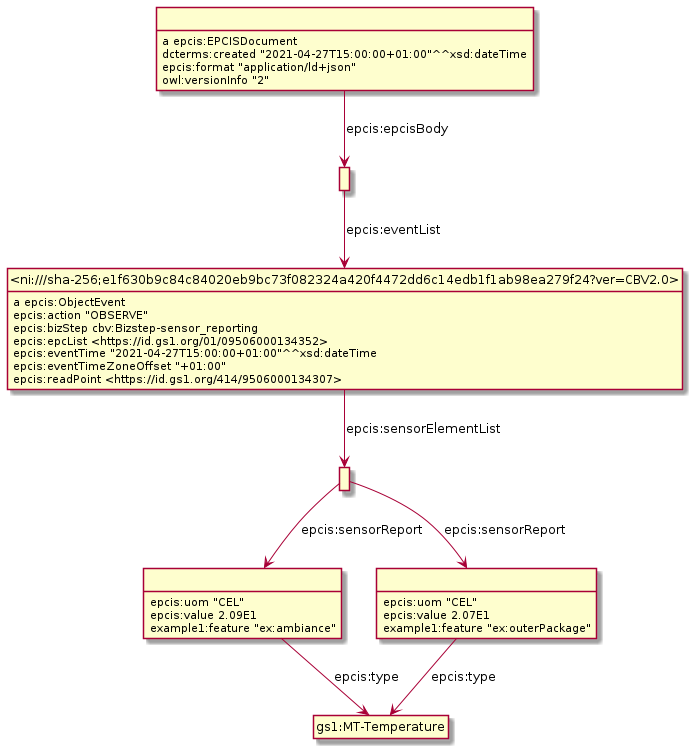
This is Diagrams/WithSensorData/SensorDataExample13.png from gs1/EPCIS, a PlantUML export, as it was before one commit. The source it was exported from:
```plantuml
@startuml
hide empty methods
hide empty attributes
hide circle
skinparam classAttributeIconSize 0
class _r1623307961r2_ as " "
class gs1_MT_Temperature as "gs1:MT-Temperature"
_r1623307961r2_ -down-> gs1_MT_Temperature : epcis:type
_r1623307961r2_ : epcis:uom "CEL"
_r1623307961r2_ : epcis:value 2.09E1
_r1623307961r2_ : example1:feature "ex:ambiance"
class _r1623307961r4_ as " "
class _ni_sha_256_e1f630b9c84c84020eb9bc73f082324a420f4472dd6c14edb1f1ab98ea279f24_ver_CBV2_0_ as "<ni:///sha-256;e1f630b9c84c84020eb9bc73f082324a420f4472dd6c14edb1f1ab98ea279f24?ver=CBV2.0>"
_r1623307961r4_ -down-> _ni_sha_256_e1f630b9c84c84020eb9bc73f082324a420f4472dd6c14edb1f1ab98ea279f24_ver_CBV2_0_ : epcis:eventList
class _r1623307961r3_ as " "
_r1623307961r3_ : a epcis:EPCISDocument
_r1623307961r3_ -down-> _r1623307961r4_ : epcis:epcisBody
_r1623307961r3_ : dcterms:created "2021-04-27T15:00:00+01:00"^^xsd:dateTime
_r1623307961r3_ : epcis:format "application/ld+json"
_r1623307961r3_ : owl:versionInfo "2"
class _r1623307961r1_ as " "
_r1623307961r1_ -down-> gs1_MT_Temperature : epcis:type
_r1623307961r1_ : epcis:uom "CEL"
_r1623307961r1_ : epcis:value 2.07E1
_r1623307961r1_ : example1:feature "ex:outerPackage"
class _r1623307961r0_ as " "
_r1623307961r0_ -down-> _r1623307961r2_ : epcis:sensorReport
_r1623307961r0_ -down-> _r1623307961r1_ : epcis:sensorReport
_ni_sha_256_e1f630b9c84c84020eb9bc73f082324a420f4472dd6c14edb1f1ab98ea279f24_ver_CBV2_0_ : a epcis:ObjectEvent
_ni_sha_256_e1f630b9c84c84020eb9bc73f082324a420f4472dd6c14edb1f1ab98ea279f24_ver_CBV2_0_ -down-> _r1623307961r0_ : epcis:sensorElementList
_ni_sha_256_e1f630b9c84c84020eb9bc73f082324a420f4472dd6c14edb1f1ab98ea279f24_ver_CBV2_0_ : epcis:action "OBSERVE"
_ni_sha_256_e1f630b9c84c84020eb9bc73f082324a420f4472dd6c14edb1f1ab98ea279f24_ver_CBV2_0_ : epcis:bizStep cbv:Bizstep-sensor_reporting
_ni_sha_256_e1f630b9c84c84020eb9bc73f082324a420f4472dd6c14edb1f1ab98ea279f24_ver_CBV2_0_ : epcis:epcList <https://id.gs1.org/01/09506000134352>
_ni_sha_256_e1f630b9c84c84020eb9bc73f082324a420f4472dd6c14edb1f1ab98ea279f24_ver_CBV2_0_ : epcis:eventTime "2021-04-27T15:00:00+01:00"^^xsd:dateTime
_ni_sha_256_e1f630b9c84c84020eb9bc73f082324a420f4472dd6c14edb1f1ab98ea279f24_ver_CBV2_0_ : epcis:eventTimeZoneOffset "+01:00"
_ni_sha_256_e1f630b9c84c84020eb9bc73f082324a420f4472dd6c14edb1f1ab98ea279f24_ver_CBV2_0_ : epcis:readPoint <https://id.gs1.org/414/9506000134307>
@enduml
```
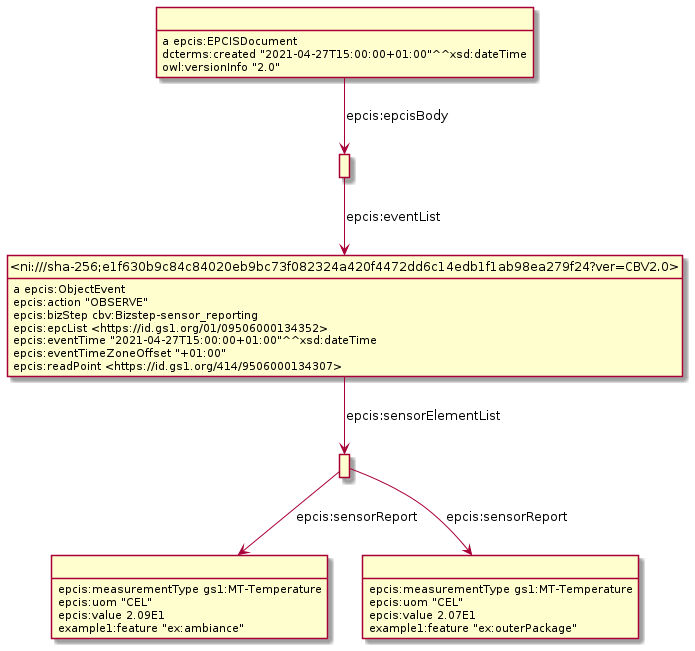
Above is the later version.

Diff of the diagram source:
```diff
@@ -3,35 +3,33 @@
 hide empty attributes
 hide circle
 skinparam classAttributeIconSize 0
-class _r1623307961r2_ as " "
-class gs1_MT_Temperature as "gs1:MT-Temperature"
-_r1623307961r2_ -down-> gs1_MT_Temperature : epcis:type
-_r1623307961r2_ : epcis:uom "CEL"
-_r1623307961r2_ : epcis:value 2.09E1
-_r1623307961r2_ : example1:feature "ex:ambiance"
-class _r1623307961r4_ as " "
+class _r1623934118r0_ as " "
+_r1623934118r0_ : a epcis:EPCISDocument
+class _r1623934118r1_ as " "
+_r1623934118r0_ -down-> _r1623934118r1_ : epcis:epcisBody
+_r1623934118r0_ : dcterms:created "2021-04-27T15:00:00+01:00"^^xsd:dateTime
+_r1623934118r0_ : owl:versionInfo "2.0"
+class _r1623934118r4_ as " "
+_r1623934118r4_ : epcis:measurementType gs1:MT-Temperature
+_r1623934118r4_ : epcis:uom "CEL"
+_r1623934118r4_ : epcis:value 2.09E1
+_r1623934118r4_ : example1:feature "ex:ambiance"
+class _r1623934118r2_ as " "
+_r1623934118r2_ -down-> _r1623934118r4_ : epcis:sensorReport
+class _r1623934118r3_ as " "
+_r1623934118r2_ -down-> _r1623934118r3_ : epcis:sensorReport
 class _ni_sha_256_e1f630b9c84c84020eb9bc73f082324a420f4472dd6c14edb1f1ab98ea279f24_ver_CBV2_0_ as "<ni:///sha-256;e1f630b9c84c84020eb9bc73f082324a420f4472dd6c14edb1f1ab98ea279f24?ver=CBV2.0>"
-_r1623307961r4_ -down-> _ni_sha_256_e1f630b9c84c84020eb9bc73f082324a420f4472dd6c14edb1f1ab98ea279f24_ver_CBV2_0_ : epcis:eventList
-class _r1623307961r3_ as " "
-_r1623307961r3_ : a epcis:EPCISDocument
-_r1623307961r3_ -down-> _r1623307961r4_ : epcis:epcisBody
-_r1623307961r3_ : dcterms:created "2021-04-27T15:00:00+01:00"^^xsd:dateTime
-_r1623307961r3_ : epcis:format "application/ld+json"
-_r1623307961r3_ : owl:versionInfo "2"
-class _r1623307961r1_ as " "
-_r1623307961r1_ -down-> gs1_MT_Temperature : epcis:type
-_r1623307961r1_ : epcis:uom "CEL"
-_r1623307961r1_ : epcis:value 2.07E1
-_r1623307961r1_ : example1:feature "ex:outerPackage"
-class _r1623307961r0_ as " "
-_r1623307961r0_ -down-> _r1623307961r2_ : epcis:sensorReport
-_r1623307961r0_ -down-> _r1623307961r1_ : epcis:sensorReport
 _ni_sha_256_e1f630b9c84c84020eb9bc73f082324a420f4472dd6c14edb1f1ab98ea279f24_ver_CBV2_0_ : a epcis:ObjectEvent
-_ni_sha_256_e1f630b9c84c84020eb9bc73f082324a420f4472dd6c14edb1f1ab98ea279f24_ver_CBV2_0_ -down-> _r1623307961r0_ : epcis:sensorElementList
+_ni_sha_256_e1f630b9c84c84020eb9bc73f082324a420f4472dd6c14edb1f1ab98ea279f24_ver_CBV2_0_ -down-> _r1623934118r2_ : epcis:sensorElementList
 _ni_sha_256_e1f630b9c84c84020eb9bc73f082324a420f4472dd6c14edb1f1ab98ea279f24_ver_CBV2_0_ : epcis:action "OBSERVE"
 _ni_sha_256_e1f630b9c84c84020eb9bc73f082324a420f4472dd6c14edb1f1ab98ea279f24_ver_CBV2_0_ : epcis:bizStep cbv:Bizstep-sensor_reporting
 _ni_sha_256_e1f630b9c84c84020eb9bc73f082324a420f4472dd6c14edb1f1ab98ea279f24_ver_CBV2_0_ : epcis:epcList <https://id.gs1.org/01/09506000134352>
 _ni_sha_256_e1f630b9c84c84020eb9bc73f082324a420f4472dd6c14edb1f1ab98ea279f24_ver_CBV2_0_ : epcis:eventTime "2021-04-27T15:00:00+01:00"^^xsd:dateTime
 _ni_sha_256_e1f630b9c84c84020eb9bc73f082324a420f4472dd6c14edb1f1ab98ea279f24_ver_CBV2_0_ : epcis:eventTimeZoneOffset "+01:00"
 _ni_sha_256_e1f630b9c84c84020eb9bc73f082324a420f4472dd6c14edb1f1ab98ea279f24_ver_CBV2_0_ : epcis:readPoint <https://id.gs1.org/414/9506000134307>
+_r1623934118r3_ : epcis:measurementType gs1:MT-Temperature
+_r1623934118r3_ : epcis:uom "CEL"
+_r1623934118r3_ : epcis:value 2.07E1
+_r1623934118r3_ : example1:feature "ex:outerPackage"
+_r1623934118r1_ -down-> _ni_sha_256_e1f630b9c84c84020eb9bc73f082324a420f4472dd6c14edb1f1ab98ea279f24_ver_CBV2_0_ : epcis:eventList
 @enduml
```
